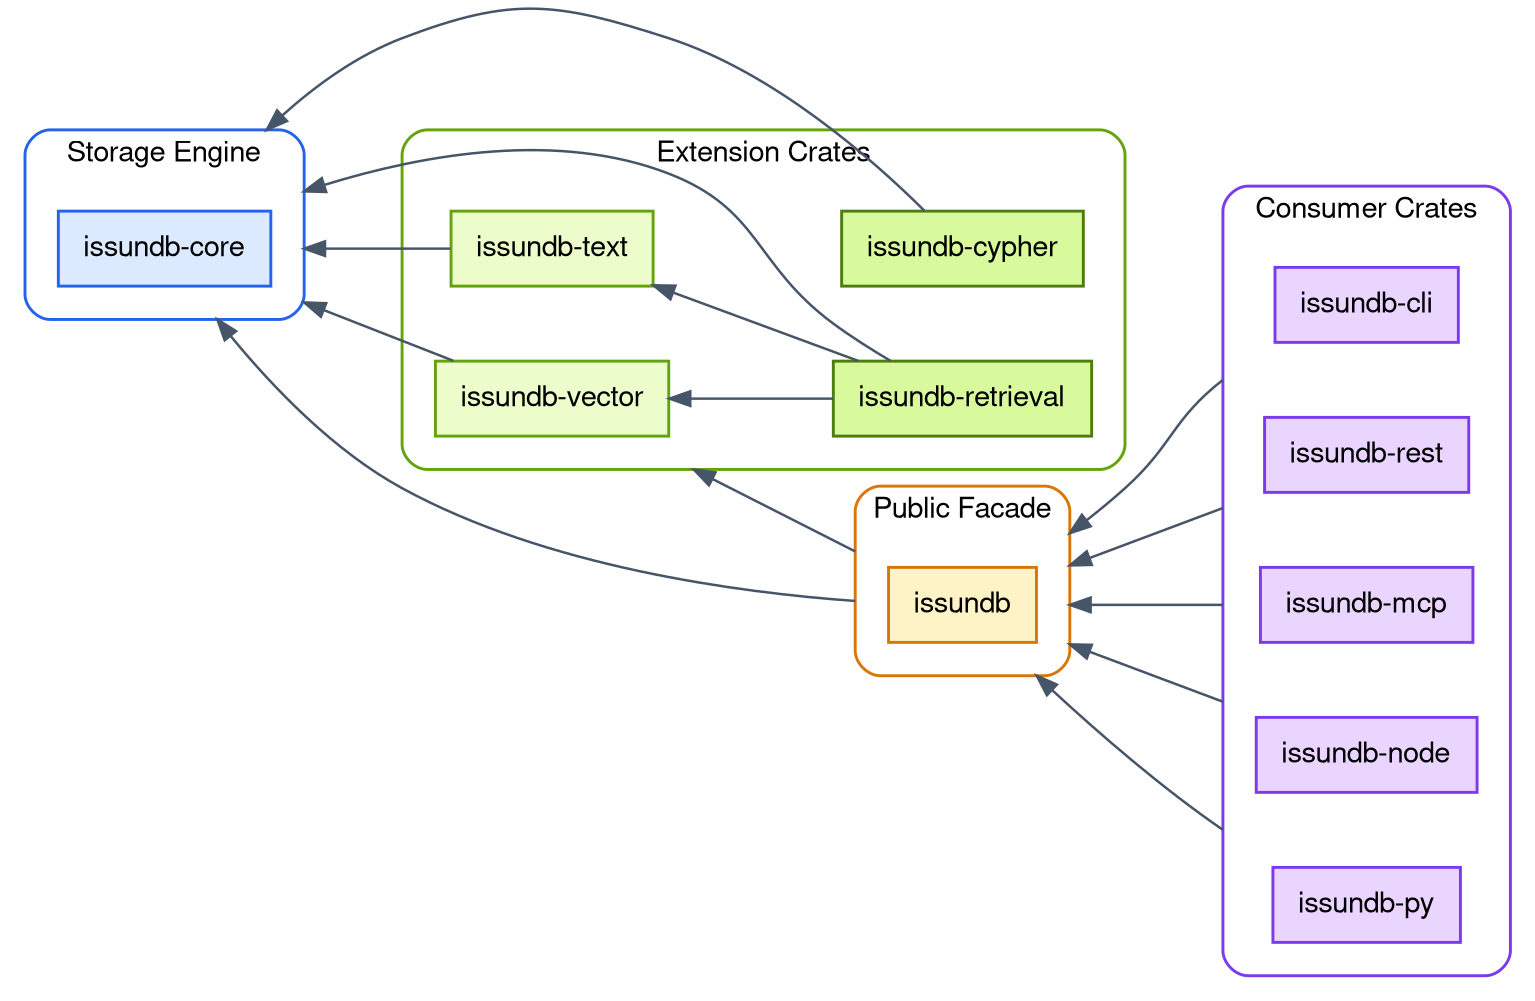
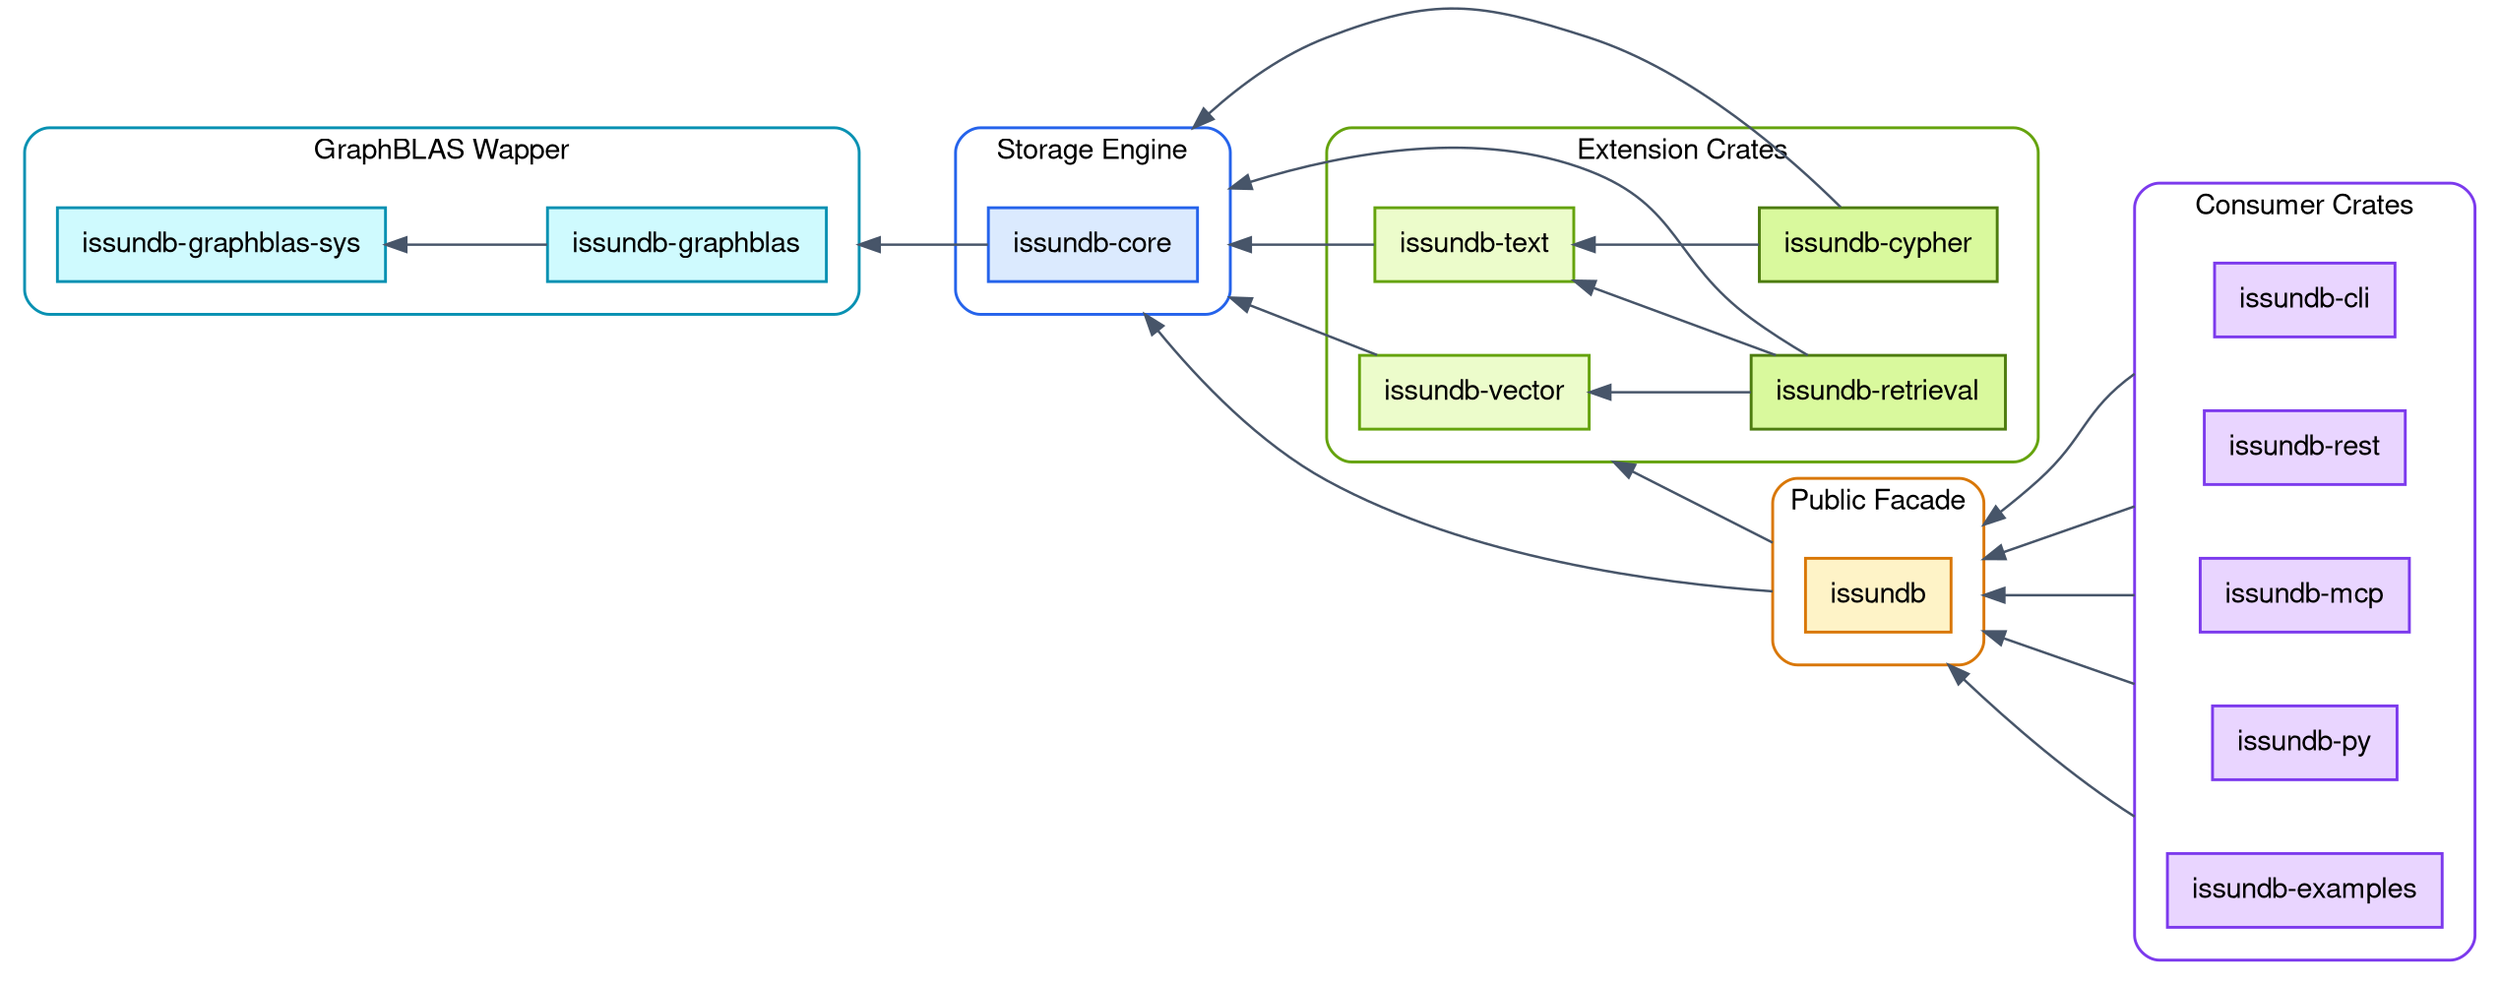
digraph IssunDBArchitecture {
    fontname = "Helvetica,Arial,sans-serif"
    layout = dot
    rankdir = RL
    ranksep = 1.1
    nodesep = 0.5
    splines = true
    bgcolor = "white"
    compound = true

    node [
    fontname = "Helvetica,Arial,sans-serif",
    shape = rect,
    style = "filled",
    color = "#475569",
    fillcolor = "white",
    penwidth = 1.4,
    margin = "0.16,0.10"
    ]

    edge [
    fontname = "Helvetica,Arial,sans-serif",
    fontsize = 10,
    color = "#475569",
    fontcolor = "#475569",
    penwidth = 1.2
    ]
+ 
+     // ---------------------------------------------------------------
+  // GraphBLAS foundation: raw FFI and safe wrapper.
+  // ---------------------------------------------------------------
+     subgraph cluster_graphblas {
+     label = "GraphBLAS Wapper"
+     fontname = "Helvetica,Arial,sans-serif"
+     fontsize = 14
+     style = "rounded"
+     color = "#0891B2"
+     penwidth = 1.4
+     margin = 16
+ 
+     graphblas_sys [label = "issundb-graphblas-sys", fillcolor = "#CFFAFE", color = "#0891B2"]
+     graphblas [label = "issundb-graphblas", fillcolor = "#CFFAFE", color = "#0891B2"]
+     }

    // ---------------------------------------------------------------
 // Storage engine: the foundation crate.
 // ---------------------------------------------------------------
    subgraph cluster_core {
    label = "Storage Engine"
    fontname = "Helvetica,Arial,sans-serif"
    fontsize = 14
    style = "rounded"
    color = "#2563EB"
    penwidth = 1.4
    margin = 16

    core [label = "issundb-core", fillcolor = "#DBEAFE", color = "#2563EB"]
    }

    // ---------------------------------------------------------------
 // Extension crates: depend on core, never on each other upward.
 // ---------------------------------------------------------------
    subgraph cluster_ext {
    label = "Extension Crates"
    fontname = "Helvetica,Arial,sans-serif"
    fontsize = 14
    style = "rounded"
    color = "#65A30D"
    penwidth = 1.4
    margin = 16

    vector [label = "issundb-vector", fillcolor = "#ECFCCB", color = "#65A30D"]
    text [label = "issundb-text", fillcolor = "#ECFCCB", color = "#65A30D"]
    retrieval [label = "issundb-retrieval", fillcolor = "#D9F99D", color = "#4D7C0F"]
    cypher [label = "issundb-cypher", fillcolor = "#D9F99D", color = "#4D7C0F"]
    }

    // ---------------------------------------------------------------
 // Public facade.
 // ---------------------------------------------------------------
    subgraph cluster_facade {
    label = "Public Facade"
    fontname = "Helvetica,Arial,sans-serif"
    fontsize = 14
    style = "rounded"
    color = "#D97706"
    penwidth = 1.4
    margin = 16

    facade [label = "issundb", fillcolor = "#FEF3C7", color = "#D97706"]
    }

    // ---------------------------------------------------------------
 // Consumers: bindings, servers, tools. Facade-only.
 // ---------------------------------------------------------------
    subgraph cluster_consumers {
    label = "Consumer Crates"
    fontname = "Helvetica,Arial,sans-serif"
    fontsize = 14
    style = "rounded"
    color = "#7C3AED"
    penwidth = 1.4
    margin = 16

    cli [label = "issundb-cli", fillcolor = "#E9D5FF", color = "#7C3AED"]
    rest [label = "issundb-rest", fillcolor = "#E9D5FF", color = "#7C3AED"]
    mcp [label = "issundb-mcp", fillcolor = "#E9D5FF", color = "#7C3AED"]
-     node_bind [label = "issundb-node", fillcolor = "#E9D5FF", color = "#7C3AED"]
    py_bind [label = "issundb-py", fillcolor = "#E9D5FF", color = "#7C3AED"]
+     examples [label = "issundb-examples", fillcolor = "#E9D5FF", color = "#7C3AED"]
    }

    // ---------------------------------------------------------------
 // Dependency edges (point from dependent to dependency).
 // lhead/ltail clip the edge at the cluster border (compound = true)
 // so arrows attach to the enclosing cluster, not the inner box.
 // ---------------------------------------------------------------
+ 
+     // GraphBLAS internal edge.
+     graphblas -> graphblas_sys
+ 
+     // Core depends on the safe GraphBLAS wrapper.
+     core -> graphblas [lhead = cluster_graphblas]
+ 
+     // Extension crates depend on core.
    vector -> core [lhead = cluster_core]
    text -> core [lhead = cluster_core]
    retrieval -> core [lhead = cluster_core]
    retrieval -> vector
    retrieval -> text
    cypher -> core [lhead = cluster_core]
+     cypher -> text

+     // Facade composes the extensions and core.
    facade -> core [ltail = cluster_facade, lhead = cluster_core]
    facade -> vector [ltail = cluster_facade, lhead = cluster_ext]

+     // Consumers depend only on the facade.
    cli -> facade [ltail = cluster_consumers, lhead = cluster_facade]
    rest -> facade [ltail = cluster_consumers, lhead = cluster_facade]
    mcp -> facade [ltail = cluster_consumers, lhead = cluster_facade]
-     node_bind -> facade [ltail = cluster_consumers, lhead = cluster_facade]
    py_bind -> facade [ltail = cluster_consumers, lhead = cluster_facade]
+     examples -> facade [ltail = cluster_consumers, lhead = cluster_facade]
}
